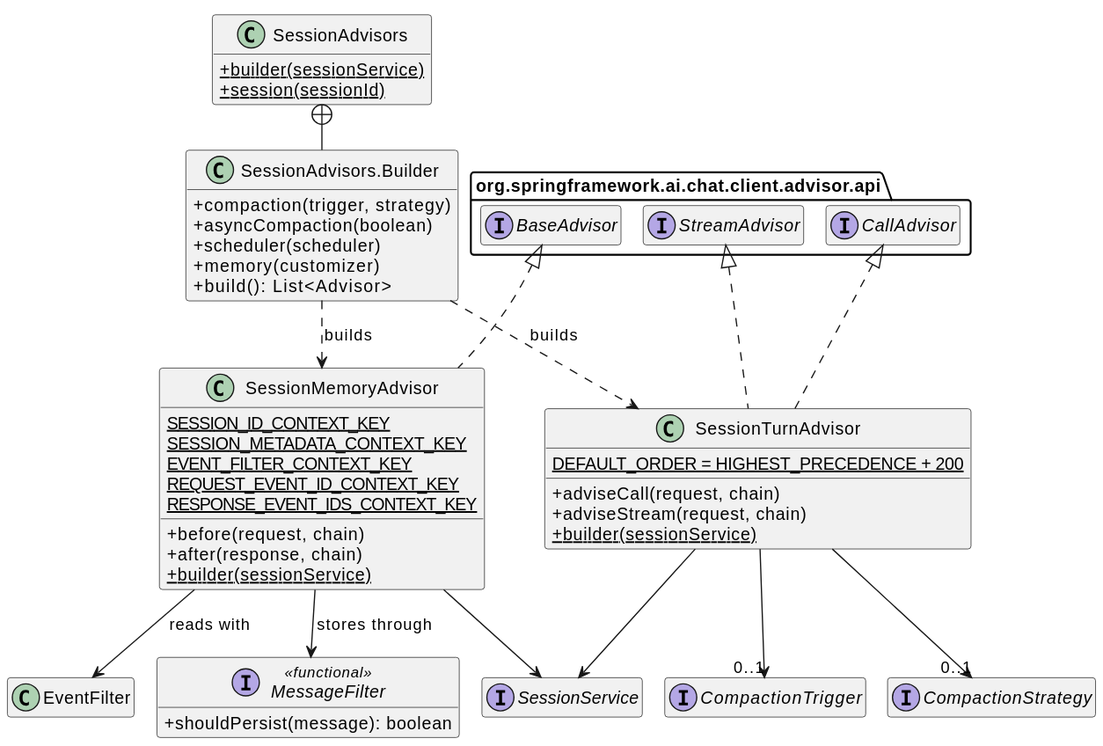
This is spring-ai-docs/src/main/antora/modules/ROOT/images/session/session-advisors-classes.svg from spring-projects/spring-ai, a PlantUML export, as it was before one commit.
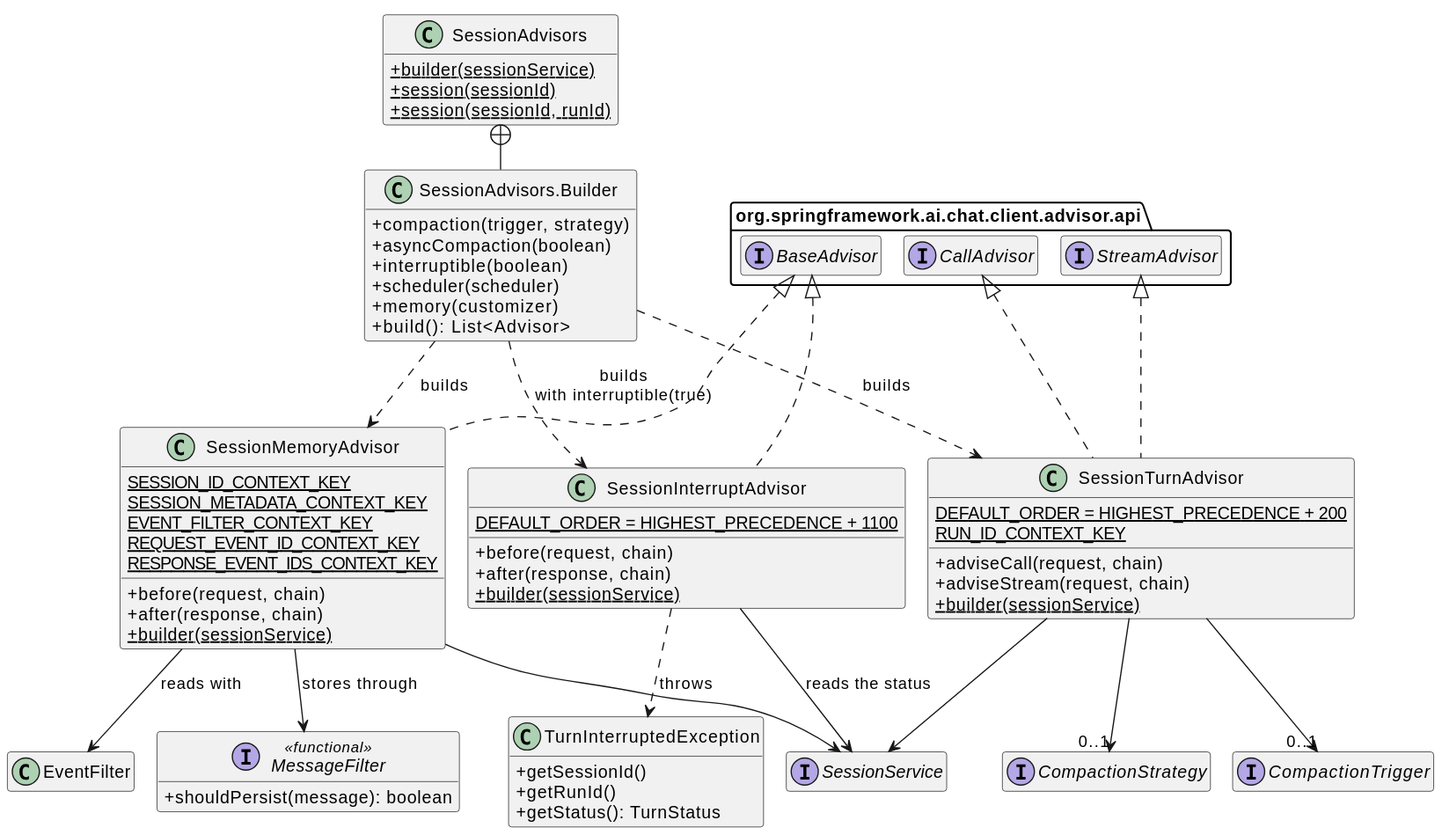
Later version of the same file.

What changed in the source:
```diff
@@ -14,19 +14,33 @@
 class SessionAdvisors {
   {static} +builder(sessionService)
   {static} +session(sessionId)
+  {static} +session(sessionId, runId)
 }
 class "SessionAdvisors.Builder" as SAB {
   +compaction(trigger, strategy)
   +asyncCompaction(boolean)
+  +interruptible(boolean)
   +scheduler(scheduler)
   +memory(customizer)
   +build(): List<Advisor>
 }
 class SessionTurnAdvisor {
   {static} DEFAULT_ORDER = HIGHEST_PRECEDENCE + 200
+  {static} RUN_ID_CONTEXT_KEY
   +adviseCall(request, chain)
   +adviseStream(request, chain)
   {static} +builder(sessionService)
+}
+class SessionInterruptAdvisor {
+  {static} DEFAULT_ORDER = HIGHEST_PRECEDENCE + 1100
+  +before(request, chain)
+  +after(response, chain)
+  {static} +builder(sessionService)
+}
+class TurnInterruptedException {
+  +getSessionId()
+  +getRunId()
+  +getStatus(): TurnStatus
 }
 class SessionMemoryAdvisor {
   {static} SESSION_ID_CONTEXT_KEY
@@ -48,11 +62,15 @@
 
 CallAdvisor <|.. SessionTurnAdvisor
 StreamAdvisor <|.. SessionTurnAdvisor
+BaseAdvisor <|.. SessionInterruptAdvisor
 BaseAdvisor <|.. SessionMemoryAdvisor
 SessionAdvisors +-- SAB
 SAB ..> SessionTurnAdvisor : builds
+SAB ..> SessionInterruptAdvisor : builds\nwith interruptible(true)
 SAB ..> SessionMemoryAdvisor : builds
 SessionTurnAdvisor --> SessionService
+SessionInterruptAdvisor --> SessionService : reads the status
+SessionInterruptAdvisor ..> TurnInterruptedException : throws
 SessionTurnAdvisor --> "0..1" CompactionTrigger
 SessionTurnAdvisor --> "0..1" CompactionStrategy
 SessionMemoryAdvisor --> SessionService
```
